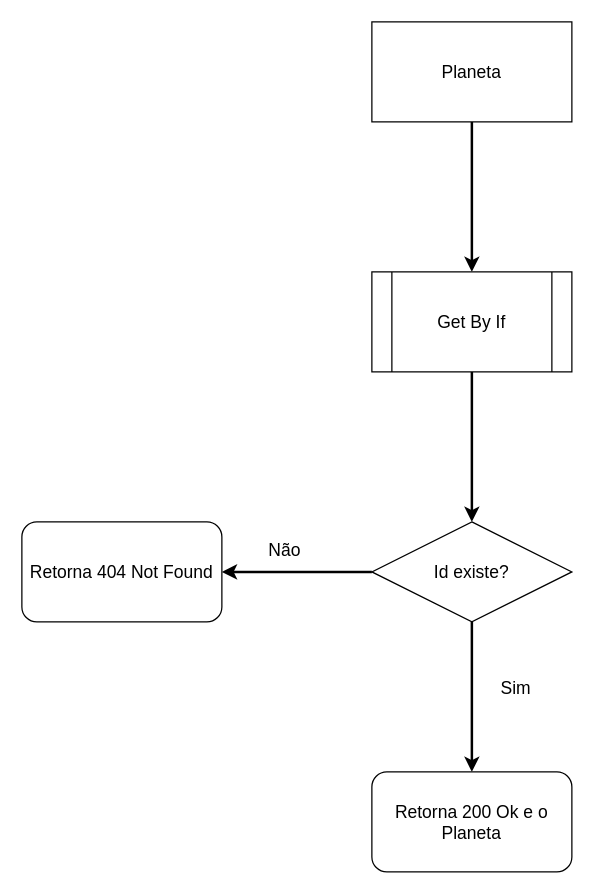
gilsonsilvati/starwars-planet-api keeps this draw.io diagram as page "Get By Id" (2 of 3) of misc/scenary/scenary.drawio. Above is the earlier version. Source tidied: cells renumbered, new cells numbered last; positions are measured from the earlier drawing's top-left corner, leaving out a move shared by most shapes. Both pictures are drawn from the tidied source at 125%, with x=0, y=0 at pixel (21, 21).
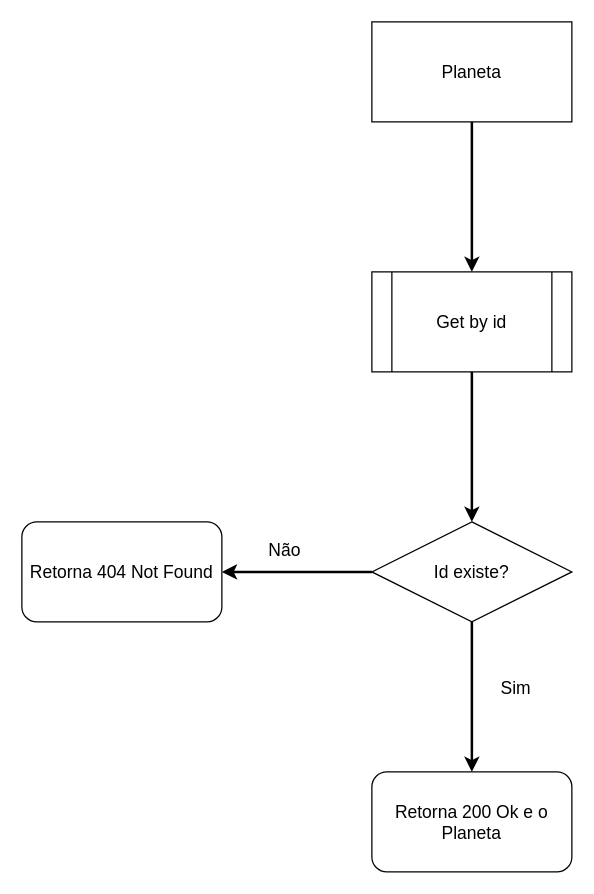
The same diagram, later.

What changed in the source:
```diff
@@
 <mxGraphModel>
   <root>
     <mxCell id="0" />
     <mxCell id="1" parent="0" />
     <mxCell id="2" style="edgeStyle=orthogonalEdgeStyle;rounded=0;jettySize=auto;html=1;entryX=0.5;entryY=0;entryDx=0;entryDy=0;flowAnimation=1;strokeWidth=2;" parent="1" edge="1" source="3" target="5">
       <mxGeometry relative="1" as="geometry" />
     </mxCell>
     <mxCell id="3" value="&lt;font style=&quot;font-size: 14px;&quot;&gt;Planeta&lt;/font&gt;" style="rounded=0;whiteSpace=wrap;html=1;" parent="1" vertex="1">
       <mxGeometry x="280" width="160" height="80" as="geometry" />
     </mxCell>
     <mxCell id="4" style="edgeStyle=orthogonalEdgeStyle;rounded=0;jettySize=auto;html=1;flowAnimation=1;strokeWidth=2;" parent="1" edge="1" source="5" target="8">
       <mxGeometry relative="1" as="geometry" />
     </mxCell>
-    <mxCell id="5" value="&lt;font style=&quot;font-size: 14px;&quot;&gt;Get By If&lt;/font&gt;" style="shape=process;whiteSpace=wrap;html=1;backgroundOutline=1;" parent="1" vertex="1">
+    <mxCell id="5" value="&lt;font style=&quot;font-size: 14px;&quot;&gt;Get by id&lt;/font&gt;" style="shape=process;whiteSpace=wrap;html=1;backgroundOutline=1;" parent="1" vertex="1">
       <mxGeometry x="280" y="200" width="160" height="80" as="geometry" />
     </mxCell>
     <mxCell id="6" style="edgeStyle=orthogonalEdgeStyle;rounded=0;jettySize=auto;html=1;entryX=1;entryY=0.5;entryDx=0;entryDy=0;flowAnimation=1;strokeWidth=2;" parent="1" edge="1" source="8" target="9">
       <mxGeometry relative="1" as="geometry" />
     </mxCell>
     <mxCell id="7" style="edgeStyle=orthogonalEdgeStyle;rounded=0;jettySize=auto;html=1;entryX=0.5;entryY=0;entryDx=0;entryDy=0;flowAnimation=1;strokeWidth=2;" parent="1" edge="1" source="8" target="11">
       <mxGeometry relative="1" as="geometry" />
     </mxCell>
     <mxCell id="8" value="&lt;font style=&quot;font-size: 14px;&quot;&gt;Id existe?&lt;/font&gt;" style="rhombus;whiteSpace=wrap;html=1;" parent="1" vertex="1">
       <mxGeometry x="280" y="400" width="160" height="80" as="geometry" />
     </mxCell>
     <mxCell id="9" value="&lt;font style=&quot;font-size: 14px;&quot;&gt;Retorna 404 Not Found&lt;/font&gt;" style="rounded=1;whiteSpace=wrap;html=1;" parent="1" vertex="1">
       <mxGeometry y="400" width="160" height="80" as="geometry" />
     </mxCell>
     <mxCell id="10" value="&lt;font style=&quot;font-size: 14px;&quot;&gt;Não&lt;/font&gt;" style="text;html=1;align=center;verticalAlign=middle;strokeColor=none;fillColor=none;" parent="1" vertex="1">
       <mxGeometry x="185" y="408" width="50" height="30" as="geometry" />
     </mxCell>
     <mxCell id="11" value="&lt;font style=&quot;font-size: 14px;&quot;&gt;Retorna 200 Ok e o Planeta&lt;/font&gt;" style="rounded=1;whiteSpace=wrap;html=1;" parent="1" vertex="1">
       <mxGeometry x="280" y="600" width="160" height="80" as="geometry" />
     </mxCell>
     <mxCell id="12" value="&lt;font style=&quot;font-size: 14px;&quot;&gt;Sim&lt;/font&gt;" style="text;html=1;align=center;verticalAlign=middle;strokeColor=none;fillColor=none;" parent="1" vertex="1">
       <mxGeometry x="370" y="518" width="50" height="30" as="geometry" />
     </mxCell>
   </root>
 </mxGraphModel>
```
